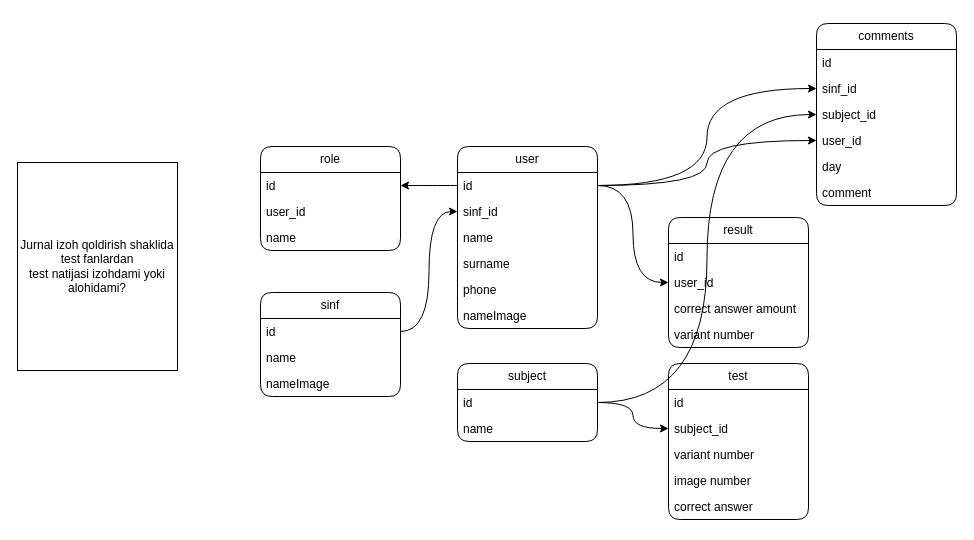
MardonAslonov/DrawIo keeps this draw.io diagram as Ixlos.drawio. Above is the earlier version. Source tidied: cells renumbered, new cells numbered last; positions are measured from the earlier drawing's top-left corner, leaving out a move shared by most shapes. Both pictures are drawn from the tidied source at 100%, with x=0, y=0 at pixel (17, 23).
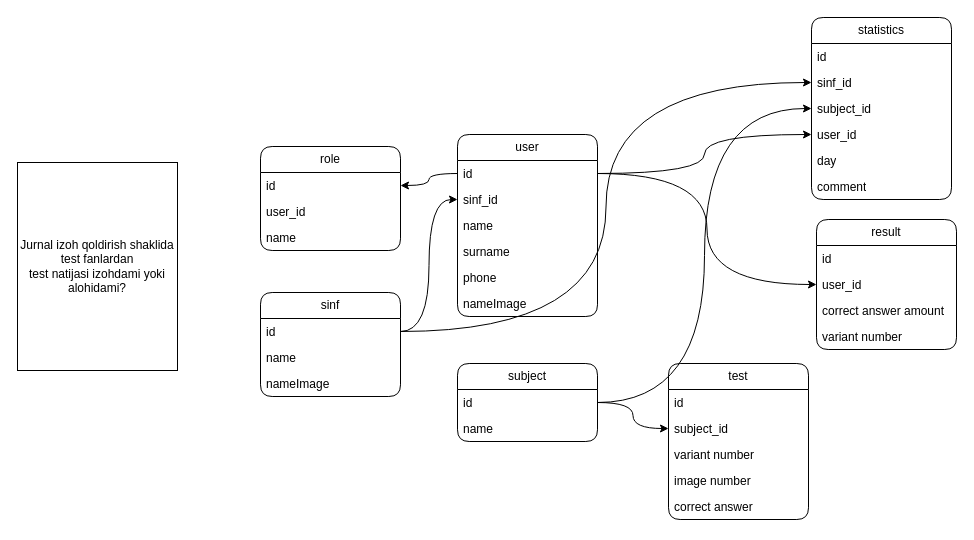
After the change.

Unchanged cells that the change refers to:
```xml
<mxCell id="3" value="id" style="text;strokeColor=none;fillColor=none;align=left;verticalAlign=top;spacingLeft=4;spacingRight=4;overflow=hidden;points=[[0,0.5],[1,0.5]];portConstraint=eastwest;whiteSpace=wrap;html=1;" parent="2" vertex="1">
  <mxGeometry y="26" width="140" height="26" as="geometry" />
</mxCell>
<mxCell id="12" value="sinf_id" style="text;strokeColor=none;fillColor=none;align=left;verticalAlign=top;spacingLeft=4;spacingRight=4;overflow=hidden;points=[[0,0.5],[1,0.5]];portConstraint=eastwest;whiteSpace=wrap;html=1;" parent="10" vertex="1">
  <mxGeometry y="52" width="140" height="26" as="geometry" />
</mxCell>
<mxCell id="40" value="id" style="text;strokeColor=none;fillColor=none;align=left;verticalAlign=top;spacingLeft=4;spacingRight=4;overflow=hidden;points=[[0,0.5],[1,0.5]];portConstraint=eastwest;whiteSpace=wrap;html=1;" parent="39" vertex="1">
  <mxGeometry y="26" width="140" height="26" as="geometry" />
</mxCell>
```

Change to the diagram source:
```diff
@@
     <mxCell id="2" value="user" style="swimlane;fontStyle=0;horizontal=1;startSize=26;fillColor=none;whiteSpace=wrap;html=1;rounded=1;" parent="1" vertex="1">
-      <mxGeometry x="440" y="123" width="140" height="182" as="geometry" />
+      <mxGeometry x="440" y="111" width="140" height="182" as="geometry" />
     </mxCell>
@@
-    <mxCell id="10" value="comments" style="swimlane;fontStyle=0;horizontal=1;startSize=26;fillColor=none;whiteSpace=wrap;html=1;rounded=1;" parent="1" vertex="1">
-      <mxGeometry x="799" width="140" height="182" as="geometry" />
+    <mxCell id="10" value="statistics" style="swimlane;fontStyle=0;horizontal=1;startSize=26;fillColor=none;whiteSpace=wrap;html=1;rounded=1;shadow=0;glass=0;" parent="1" vertex="1">
+      <mxGeometry x="794" y="-6" width="140" height="182" as="geometry" />
     </mxCell>
@@
-    <mxCell id="17" style="edgeStyle=orthogonalEdgeStyle;rounded=0;jettySize=auto;html=1;entryX=0;entryY=0.5;entryDx=0;entryDy=0;curved=1;" parent="1" edge="1" source="3" target="12">
-      <mxGeometry relative="1" as="geometry" />
-    </mxCell>
@@
     <mxCell id="28" value="result" style="swimlane;fontStyle=0;horizontal=1;startSize=26;fillColor=none;whiteSpace=wrap;html=1;rounded=1;" parent="1" vertex="1">
-      <mxGeometry x="651" y="194" width="140" height="130" as="geometry" />
+      <mxGeometry x="799" y="196" width="140" height="130" as="geometry" />
     </mxCell>
@@
+    <mxCell id="46" style="edgeStyle=orthogonalEdgeStyle;rounded=0;jettySize=auto;html=1;entryX=0;entryY=0.5;entryDx=0;entryDy=0;curved=1;" parent="1" edge="1" source="40" target="12">
+      <mxGeometry relative="1" as="geometry" />
+    </mxCell>
```
